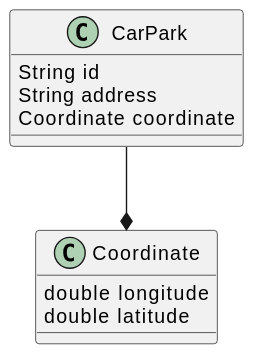
The PlantUML diagram docs/domain.svg in kiendev98/Car-Parks, before a commit.
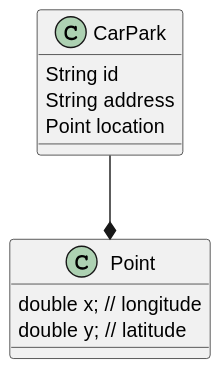
The same diagram one commit later.

The edit, as a diff of the source:
```diff
@@ -2,13 +2,13 @@
 class CarPark {
     String id
     String address
-    Coordinate coordinate
+    Point location
 }
 
-class Coordinate {
-    double longitude
-    double latitude
+class Point {
+    double x; // longitude
+    double y; // latitude
 }
 
-CarPark --* Coordinate
+CarPark --* Point
 @enduml
```
